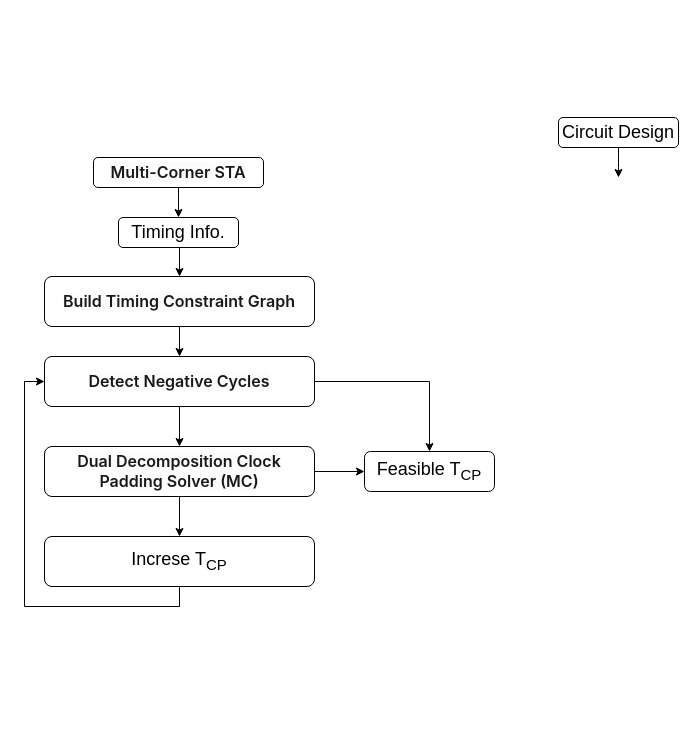
This is framework.drawio from kxzhu0505/Delay-Padding-For-Multi-corner, a draw.io file, before an edit. Source tidied: cells renumbered, new cells numbered last; positions are measured from the earlier drawing's top-left corner, leaving out a move shared by most shapes. Both pictures are drawn from the tidied source at 100%, with x=0, y=0 at pixel (24, 117).
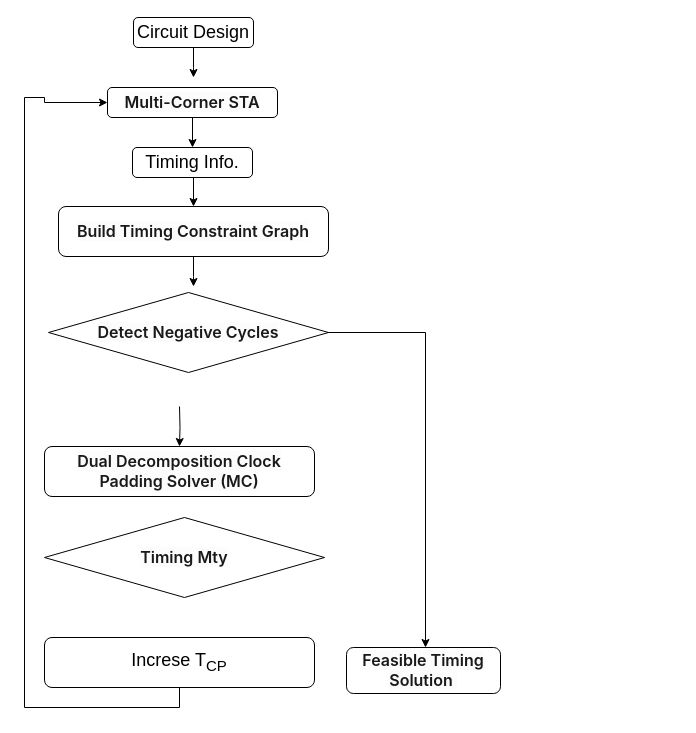
The same diagram, later.

The change refers to these unchanged cells:
```xml
<mxCell id="15" value="&lt;span style=&quot;margin: 0px; padding: 0px; border: 0px; font-variant-numeric: inherit; font-variant-east-asian: inherit; font-variant-alternates: inherit; font-variant-position: inherit; font-variant-emoji: inherit; font-weight: 600; font-stretch: inherit; font-size: 16px; line-height: inherit; font-family: &amp;quot;PingFang SC&amp;quot;, -apple-system, &amp;quot;system-ui&amp;quot;, &amp;quot;Segoe UI&amp;quot;, Roboto, Ubuntu, &amp;quot;Helvetica Neue&amp;quot;, Helvetica, Arial, &amp;quot;Hiragino Sans GB&amp;quot;, &amp;quot;Microsoft YaHei UI&amp;quot;, &amp;quot;Microsoft YaHei&amp;quot;, &amp;quot;Source Han Sans CN&amp;quot;, sans-serif; font-optical-sizing: inherit; font-size-adjust: inherit; font-kerning: inherit; font-feature-settings: inherit; font-variation-settings: inherit; vertical-align: baseline; color: rgba(0, 0, 0, 0.9); text-align: left; background-color: rgb(252, 252, 252);&quot;&gt;Dual Decomposition Clock Padding Solver (MC)&lt;/span&gt;" style="rounded=1;whiteSpace=wrap;html=1;" parent="1" vertex="1">
  <mxGeometry x="20" y="329" width="270" height="50" as="geometry" />
</mxCell>
```

Change to the diagram source:
```diff
@@
     <mxCell id="2" style="edgeStyle=orthogonalEdgeStyle;rounded=0;jettySize=auto;html=1;entryX=0.5;entryY=0;entryDx=0;entryDy=0;" parent="1" edge="1" source="3">
       <mxGeometry relative="1" as="geometry">
-        <mxPoint x="594" y="60" as="targetPoint" />
+        <mxPoint x="169" y="-40" as="targetPoint" />
       </mxGeometry>
     </mxCell>
     <mxCell id="3" value="&lt;font style=&quot;font-size: 18px;&quot;&gt;Circuit Design&lt;/font&gt;" style="rounded=1;whiteSpace=wrap;html=1;" parent="1" vertex="1">
-      <mxGeometry x="534" width="120" height="30" as="geometry" />
+      <mxGeometry x="109" y="-100" width="120" height="30" as="geometry" />
     </mxCell>
@@
     <mxCell id="5" value="&lt;span style=&quot;margin: 0px; padding: 0px; border: 0px; font-variant-numeric: inherit; font-variant-east-asian: inherit; font-variant-alternates: inherit; font-variant-position: inherit; font-variant-emoji: inherit; font-weight: 600; font-stretch: inherit; font-size: 16px; line-height: inherit; font-family: &amp;quot;PingFang SC&amp;quot;, -apple-system, &amp;quot;system-ui&amp;quot;, &amp;quot;Segoe UI&amp;quot;, Roboto, Ubuntu, &amp;quot;Helvetica Neue&amp;quot;, Helvetica, Arial, &amp;quot;Hiragino Sans GB&amp;quot;, &amp;quot;Microsoft YaHei UI&amp;quot;, &amp;quot;Microsoft YaHei&amp;quot;, &amp;quot;Source Han Sans CN&amp;quot;, sans-serif; font-optical-sizing: inherit; font-size-adjust: inherit; font-kerning: inherit; font-feature-settings: inherit; font-variation-settings: inherit; vertical-align: baseline; color: rgba(0, 0, 0, 0.9); text-align: left; background-color: rgb(252, 252, 252);&quot;&gt;Multi-Corner STA&lt;/span&gt;" style="rounded=1;whiteSpace=wrap;html=1;" parent="1" vertex="1">
-      <mxGeometry x="69" y="40" width="170" height="30" as="geometry" />
+      <mxGeometry x="83" y="-30" width="170" height="30" as="geometry" />
     </mxCell>
     <mxCell id="6" style="edgeStyle=orthogonalEdgeStyle;rounded=0;jettySize=auto;html=1;entryX=0.5;entryY=0;entryDx=0;entryDy=0;" parent="1" edge="1" target="9">
       <mxGeometry relative="1" as="geometry">
-        <mxPoint x="150" y="130" as="sourcePoint" />
+        <mxPoint x="164" y="60" as="sourcePoint" />
       </mxGeometry>
     </mxCell>
     <mxCell id="7" value="&lt;font style=&quot;font-size: 18px;&quot;&gt;Timing Info.&lt;/font&gt;" style="rounded=1;whiteSpace=wrap;html=1;" parent="1" vertex="1">
-      <mxGeometry x="94" y="100" width="120" height="30" as="geometry" />
+      <mxGeometry x="108" y="30" width="120" height="30" as="geometry" />
     </mxCell>
-    <mxCell id="8" style="edgeStyle=orthogonalEdgeStyle;rounded=0;jettySize=auto;html=1;entryX=0.5;entryY=0;entryDx=0;entryDy=0;" parent="1" edge="1" source="9" target="12">
-      <mxGeometry relative="1" as="geometry" />
+    <mxCell id="8" style="edgeStyle=orthogonalEdgeStyle;rounded=0;jettySize=auto;html=1;entryX=0.5;entryY=0;entryDx=0;entryDy=0;" parent="1" edge="1" source="9">
+      <mxGeometry relative="1" as="geometry">
+        <mxPoint x="169" y="169" as="targetPoint" />
+      </mxGeometry>
     </mxCell>
     <mxCell id="9" value="&lt;span style=&quot;margin: 0px; padding: 0px; border: 0px; font-variant-numeric: inherit; font-variant-east-asian: inherit; font-variant-alternates: inherit; font-variant-position: inherit; font-variant-emoji: inherit; font-weight: 600; font-stretch: inherit; font-size: 16px; line-height: inherit; font-family: &amp;quot;PingFang SC&amp;quot;, -apple-system, &amp;quot;system-ui&amp;quot;, &amp;quot;Segoe UI&amp;quot;, Roboto, Ubuntu, &amp;quot;Helvetica Neue&amp;quot;, Helvetica, Arial, &amp;quot;Hiragino Sans GB&amp;quot;, &amp;quot;Microsoft YaHei UI&amp;quot;, &amp;quot;Microsoft YaHei&amp;quot;, &amp;quot;Source Han Sans CN&amp;quot;, sans-serif; font-optical-sizing: inherit; font-size-adjust: inherit; font-kerning: inherit; font-feature-settings: inherit; font-variation-settings: inherit; vertical-align: baseline; color: rgba(0, 0, 0, 0.9); text-align: left; background-color: rgb(252, 252, 252);&quot;&gt;Build Timing Constraint Graph&lt;/span&gt;" style="rounded=1;whiteSpace=wrap;html=1;" parent="1" vertex="1">
-      <mxGeometry x="20" y="159" width="270" height="50" as="geometry" />
+      <mxGeometry x="34" y="89" width="270" height="50" as="geometry" />
     </mxCell>
-    <mxCell id="10" style="edgeStyle=orthogonalEdgeStyle;rounded=0;jettySize=auto;html=1;entryX=0.5;entryY=0;entryDx=0;entryDy=0;" parent="1" edge="1" source="12" target="15">
-      <mxGeometry relative="1" as="geometry" />
+    <mxCell id="10" style="edgeStyle=orthogonalEdgeStyle;rounded=0;jettySize=auto;html=1;entryX=0.5;entryY=0;entryDx=0;entryDy=0;" parent="1" edge="1" target="15">
+      <mxGeometry relative="1" as="geometry">
+        <mxPoint x="155" y="289" as="sourcePoint" />
+      </mxGeometry>
     </mxCell>
-    <mxCell id="11" style="edgeStyle=orthogonalEdgeStyle;rounded=0;jettySize=auto;html=1;entryX=0.5;entryY=0;entryDx=0;entryDy=0;" parent="1" edge="1" source="12" target="18">
-      <mxGeometry relative="1" as="geometry" />
+    <mxCell id="11" style="edgeStyle=orthogonalEdgeStyle;rounded=0;orthogonalLoop=1;jettySize=auto;html=1;entryX=0.5;entryY=0;entryDx=0;entryDy=0;" parent="1" edge="1">
+      <mxGeometry relative="1" as="geometry">
+        <mxPoint x="300" y="214" as="sourcePoint" />
+        <mxPoint x="401" y="530" as="targetPoint" />
+        <Array as="points">
+          <mxPoint x="300" y="215" />
+          <mxPoint x="401" y="215" />
+        </Array>
+      </mxGeometry>
     </mxCell>
-    <mxCell id="12" value="&lt;span style=&quot;margin: 0px; padding: 0px; border: 0px; font-variant-numeric: inherit; font-variant-east-asian: inherit; font-variant-alternates: inherit; font-variant-position: inherit; font-variant-emoji: inherit; font-weight: 600; font-stretch: inherit; font-size: 16px; line-height: inherit; font-family: &amp;quot;PingFang SC&amp;quot;, -apple-system, &amp;quot;system-ui&amp;quot;, &amp;quot;Segoe UI&amp;quot;, Roboto, Ubuntu, &amp;quot;Helvetica Neue&amp;quot;, Helvetica, Arial, &amp;quot;Hiragino Sans GB&amp;quot;, &amp;quot;Microsoft YaHei UI&amp;quot;, &amp;quot;Microsoft YaHei&amp;quot;, &amp;quot;Source Han Sans CN&amp;quot;, sans-serif; font-optical-sizing: inherit; font-size-adjust: inherit; font-kerning: inherit; font-feature-settings: inherit; font-variation-settings: inherit; vertical-align: baseline; color: rgba(0, 0, 0, 0.9); text-align: left; background-color: rgb(252, 252, 252);&quot;&gt;Detect Negative Cycles&lt;/span&gt;" style="rounded=1;whiteSpace=wrap;html=1;" parent="1" vertex="1">
-      <mxGeometry x="20" y="239" width="270" height="50" as="geometry" />
-    </mxCell>
-    <mxCell id="13" style="edgeStyle=orthogonalEdgeStyle;rounded=0;jettySize=auto;html=1;entryX=0.5;entryY=0;entryDx=0;entryDy=0;" parent="1" edge="1" source="15" target="17">
-      <mxGeometry relative="1" as="geometry" />
-    </mxCell>
-    <mxCell id="14" style="edgeStyle=orthogonalEdgeStyle;rounded=0;jettySize=auto;html=1;entryX=0;entryY=0.5;entryDx=0;entryDy=0;" parent="1" edge="1" source="15" target="18">
-      <mxGeometry relative="1" as="geometry" />
-    </mxCell>
@@
-    <mxCell id="16" style="edgeStyle=orthogonalEdgeStyle;rounded=0;jettySize=auto;html=1;entryX=0;entryY=0.5;entryDx=0;entryDy=0;" parent="1" edge="1" source="17" target="12">
+    <mxCell id="16" style="edgeStyle=orthogonalEdgeStyle;rounded=0;jettySize=auto;html=1;entryX=0;entryY=0.5;entryDx=0;entryDy=0;" parent="1" edge="1" source="17" target="5">
       <mxGeometry relative="1" as="geometry">
         <Array as="points">
-          <mxPoint x="155" y="489" />
-          <mxPoint y="489" />
-          <mxPoint y="264" />
+          <mxPoint x="155" y="590" />
+          <mxPoint y="590" />
+          <mxPoint y="-20" />
+          <mxPoint x="20" y="-20" />
+          <mxPoint x="20" y="-15" />
         </Array>
       </mxGeometry>
     </mxCell>
     <mxCell id="17" value="&lt;span style=&quot;font-size: 18px;&quot;&gt;Increse T&lt;sub&gt;CP&lt;/sub&gt;&lt;/span&gt;" style="rounded=1;whiteSpace=wrap;html=1;" parent="1" vertex="1">
-      <mxGeometry x="20" y="419" width="270" height="50" as="geometry" />
+      <mxGeometry x="20" y="520" width="270" height="50" as="geometry" />
     </mxCell>
-    <mxCell id="18" value="&lt;font style=&quot;font-size: 18px;&quot;&gt;Feasible T&lt;sub&gt;CP&lt;/sub&gt;&lt;/font&gt;" style="rounded=1;whiteSpace=wrap;html=1;" parent="1" vertex="1">
-      <mxGeometry x="340" y="334" width="130" height="40" as="geometry" />
+    <mxCell id="18" value="&lt;span style=&quot;margin: 0px; padding: 0px; border: 0px; font-variant-numeric: inherit; font-variant-east-asian: inherit; font-variant-alternates: inherit; font-variant-position: inherit; font-variant-emoji: inherit; font-weight: 600; font-stretch: inherit; font-size: 16px; line-height: inherit; font-family: &amp;quot;PingFang SC&amp;quot;, -apple-system, &amp;quot;system-ui&amp;quot;, &amp;quot;Segoe UI&amp;quot;, Roboto, Ubuntu, &amp;quot;Helvetica Neue&amp;quot;, Helvetica, Arial, &amp;quot;Hiragino Sans GB&amp;quot;, &amp;quot;Microsoft YaHei UI&amp;quot;, &amp;quot;Microsoft YaHei&amp;quot;, &amp;quot;Source Han Sans CN&amp;quot;, sans-serif; font-optical-sizing: inherit; font-size-adjust: inherit; font-kerning: inherit; font-feature-settings: inherit; font-variation-settings: inherit; vertical-align: baseline; color: rgba(0, 0, 0, 0.9); text-align: left; background-color: rgb(252, 252, 252);&quot;&gt;Feasible Timing Solution&amp;nbsp;&lt;/span&gt;" style="rounded=1;whiteSpace=wrap;html=1;" parent="1" vertex="1">
+      <mxGeometry x="322" y="530" width="154" height="46" as="geometry" />
     </mxCell>
+    <mxCell id="12" value="&lt;span style=&quot;color: rgba(0, 0, 0, 0.9); font-family: &amp;quot;PingFang SC&amp;quot;, -apple-system, &amp;quot;system-ui&amp;quot;, &amp;quot;Segoe UI&amp;quot;, Roboto, Ubuntu, &amp;quot;Helvetica Neue&amp;quot;, Helvetica, Arial, &amp;quot;Hiragino Sans GB&amp;quot;, &amp;quot;Microsoft YaHei UI&amp;quot;, &amp;quot;Microsoft YaHei&amp;quot;, &amp;quot;Source Han Sans CN&amp;quot;, sans-serif; font-size: 16px; font-weight: 600; text-align: left; background-color: rgb(252, 252, 252);&quot;&gt;Detect Negative Cycles&lt;/span&gt;" style="rhombus;whiteSpace=wrap;html=1;" parent="1" vertex="1">
+      <mxGeometry x="24" y="175" width="280" height="80" as="geometry" />
+    </mxCell>
+    <mxCell id="19" value="&lt;span style=&quot;color: rgba(0, 0, 0, 0.9); font-family: &amp;quot;PingFang SC&amp;quot;, -apple-system, &amp;quot;system-ui&amp;quot;, &amp;quot;Segoe UI&amp;quot;, Roboto, Ubuntu, &amp;quot;Helvetica Neue&amp;quot;, Helvetica, Arial, &amp;quot;Hiragino Sans GB&amp;quot;, &amp;quot;Microsoft YaHei UI&amp;quot;, &amp;quot;Microsoft YaHei&amp;quot;, &amp;quot;Source Han Sans CN&amp;quot;, sans-serif; font-size: 16px; font-weight: 600; text-align: left; background-color: rgb(252, 252, 252);&quot;&gt;Timing Mty&lt;/span&gt;" style="rhombus;whiteSpace=wrap;html=1;" parent="1" vertex="1">
+      <mxGeometry x="20" y="400" width="280" height="80" as="geometry" />
+    </mxCell>
```
